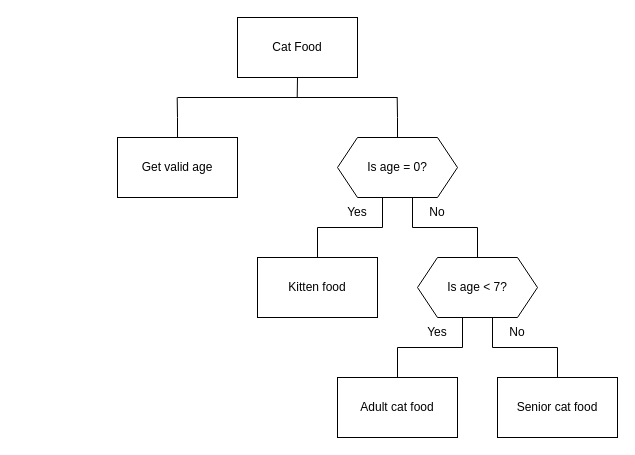
Above: n5/N5-SDD-Cat-Food/assets/N5 SDD Cat Food.drawio in MrFriendCS/MrFriendCS.github.io (draw.io), before the change. Source tidied: cells renumbered, new cells numbered last; positions are measured from the earlier drawing's top-left corner, leaving out a move shared by most shapes. Both pictures are drawn from the tidied source at 100%, with x=0, y=0 at pixel (117, 17).
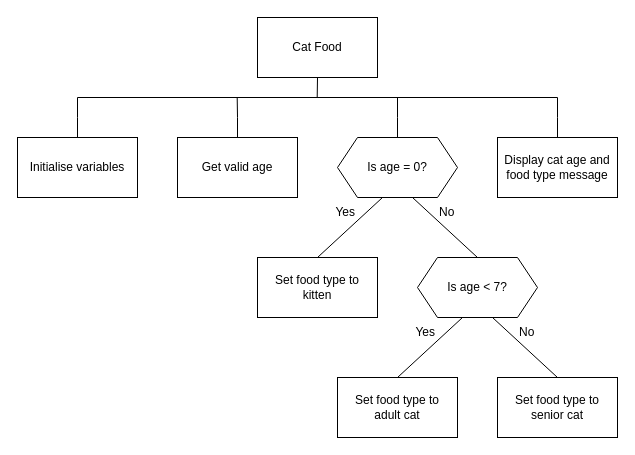
The same page after the edit.

The change refers to these unchanged cells:
```xml
<mxCell id="9" value="Is age = 0?" style="shape=hexagon;perimeter=hexagonPerimeter2;whiteSpace=wrap;html=1;fixedSize=1;" parent="1" vertex="1">
  <mxGeometry x="220" y="120" width="120" height="60" as="geometry" />
</mxCell>
<mxCell id="12" value="Is age &amp;lt; 7?" style="shape=hexagon;perimeter=hexagonPerimeter2;whiteSpace=wrap;html=1;fixedSize=1;" parent="1" vertex="1">
  <mxGeometry x="300" y="240" width="120" height="60" as="geometry" />
</mxCell>
```

Change to the diagram source:
```diff
@@
     <mxCell id="2" style="edgeStyle=orthogonalEdgeStyle;rounded=0;jettySize=auto;html=1;exitX=0.5;exitY=1;exitDx=0;exitDy=0;endArrow=none;endFill=0;" parent="1" edge="1" source="3">
       <mxGeometry relative="1" as="geometry">
-        <mxPoint x="179.7" y="80" as="targetPoint" />
+        <mxPoint x="199.7" y="80" as="targetPoint" />
       </mxGeometry>
     </mxCell>
     <mxCell id="3" value="Cat Food" style="rounded=0;whiteSpace=wrap;html=1;" parent="1" vertex="1">
-      <mxGeometry x="120" width="120" height="60" as="geometry" />
+      <mxGeometry x="140" width="120" height="60" as="geometry" />
     </mxCell>
     <mxCell id="4" style="edgeStyle=orthogonalEdgeStyle;rounded=0;jettySize=auto;html=1;exitX=0.5;exitY=0;exitDx=0;exitDy=0;endArrow=none;endFill=0;" parent="1" edge="1" source="5">
       <mxGeometry relative="1" as="geometry">
-        <mxPoint x="59.7" y="80" as="targetPoint" />
+        <mxPoint x="119.7" y="80" as="targetPoint" />
       </mxGeometry>
     </mxCell>
     <mxCell id="5" value="Get valid age" style="rounded=0;whiteSpace=wrap;html=1;" parent="1" vertex="1">
-      <mxGeometry y="120" width="120" height="60" as="geometry" />
+      <mxGeometry x="60" y="120" width="120" height="60" as="geometry" />
     </mxCell>
-    <mxCell id="6" style="edgeStyle=orthogonalEdgeStyle;rounded=0;jettySize=auto;html=1;exitX=0.375;exitY=1;exitDx=0;exitDy=0;entryX=0.5;entryY=0;entryDx=0;entryDy=0;endArrow=none;endFill=0;" parent="1" edge="1" source="9" target="13">
-      <mxGeometry relative="1" as="geometry" />
-    </mxCell>
-    <mxCell id="7" style="edgeStyle=orthogonalEdgeStyle;rounded=0;jettySize=auto;html=1;exitX=0.625;exitY=1;exitDx=0;exitDy=0;entryX=0.5;entryY=0;entryDx=0;entryDy=0;endArrow=none;endFill=0;" parent="1" edge="1" source="9" target="12">
+    <mxCell id="7" style="rounded=0;jettySize=auto;html=1;exitX=0.625;exitY=1;exitDx=0;exitDy=0;entryX=0.5;entryY=0;entryDx=0;entryDy=0;endArrow=none;endFill=0;" parent="1" edge="1" source="9" target="12">
       <mxGeometry relative="1" as="geometry" />
     </mxCell>
     <mxCell id="8" style="edgeStyle=orthogonalEdgeStyle;rounded=0;jettySize=auto;html=1;exitX=0.5;exitY=0;exitDx=0;exitDy=0;endArrow=none;endFill=0;" parent="1" edge="1" source="9">
       <mxGeometry relative="1" as="geometry">
-        <mxPoint x="279.7" y="80" as="targetPoint" />
+        <mxPoint x="280" y="80" as="targetPoint" />
       </mxGeometry>
     </mxCell>
@@
-    <mxCell id="10" style="edgeStyle=orthogonalEdgeStyle;rounded=0;jettySize=auto;html=1;exitX=0.375;exitY=1;exitDx=0;exitDy=0;entryX=0.5;entryY=0;entryDx=0;entryDy=0;endArrow=none;endFill=0;" parent="1" edge="1" source="12" target="14">
+    <mxCell id="10" style="rounded=0;jettySize=auto;html=1;exitX=0.375;exitY=1;exitDx=0;exitDy=0;entryX=0.5;entryY=0;entryDx=0;entryDy=0;endArrow=none;endFill=0;" parent="1" edge="1" source="12" target="14">
       <mxGeometry relative="1" as="geometry" />
     </mxCell>
-    <mxCell id="11" style="edgeStyle=orthogonalEdgeStyle;rounded=0;jettySize=auto;html=1;exitX=0.625;exitY=1;exitDx=0;exitDy=0;entryX=0.5;entryY=0;entryDx=0;entryDy=0;endArrow=none;endFill=0;" parent="1" edge="1" source="12" target="15">
+    <mxCell id="11" style="rounded=0;jettySize=auto;html=1;exitX=0.625;exitY=1;exitDx=0;exitDy=0;entryX=0.5;entryY=0;entryDx=0;entryDy=0;endArrow=none;endFill=0;" parent="1" edge="1" source="12" target="15">
       <mxGeometry relative="1" as="geometry" />
     </mxCell>
@@
+    <mxCell id="21" style="edgeStyle=none;shape=connector;rounded=0;jettySize=auto;html=1;exitX=0.5;exitY=0;exitDx=0;exitDy=0;entryX=0.375;entryY=1;entryDx=0;entryDy=0;strokeColor=default;align=center;verticalAlign=middle;fontFamily=Helvetica;fontSize=11;fontColor=default;labelBackgroundColor=default;endArrow=none;endFill=0;" parent="1" edge="1" source="13" target="9">
+      <mxGeometry relative="1" as="geometry" />
+    </mxCell>
-    <mxCell id="13" value="Kitten food" style="rounded=0;whiteSpace=wrap;html=1;" parent="1" vertex="1">
+    <mxCell id="13" value="Set food type to&lt;div&gt;kitten&lt;/div&gt;" style="rounded=0;whiteSpace=wrap;html=1;" parent="1" vertex="1">
       <mxGeometry x="140" y="240" width="120" height="60" as="geometry" />
     </mxCell>
-    <mxCell id="14" value="Adult cat food" style="rounded=0;whiteSpace=wrap;html=1;" parent="1" vertex="1">
+    <mxCell id="14" value="Set food type to&lt;div&gt;adult cat&lt;/div&gt;" style="rounded=0;whiteSpace=wrap;html=1;" parent="1" vertex="1">
       <mxGeometry x="220" y="360" width="120" height="60" as="geometry" />
     </mxCell>
-    <mxCell id="15" value="Senior cat food" style="rounded=0;whiteSpace=wrap;html=1;" parent="1" vertex="1">
+    <mxCell id="15" value="Set food type to&lt;div&gt;senior cat&lt;/div&gt;" style="rounded=0;whiteSpace=wrap;html=1;" parent="1" vertex="1">
       <mxGeometry x="380" y="360" width="120" height="60" as="geometry" />
     </mxCell>
-    <mxCell id="16" value="Yes" style="text;html=1;strokeColor=none;fillColor=none;align=center;verticalAlign=middle;whiteSpace=wrap;rounded=0;" parent="1" vertex="1">
-      <mxGeometry x="210" y="180" width="60" height="30" as="geometry" />
+    <mxCell id="16" value="Yes" style="text;html=1;strokeColor=none;fillColor=none;align=right;verticalAlign=middle;whiteSpace=wrap;rounded=0;" parent="1" vertex="1">
+      <mxGeometry x="210" y="180" width="30" height="30" as="geometry" />
     </mxCell>
-    <mxCell id="17" value="Yes" style="text;html=1;strokeColor=none;fillColor=none;align=center;verticalAlign=middle;whiteSpace=wrap;rounded=0;" parent="1" vertex="1">
-      <mxGeometry x="290" y="300" width="60" height="30" as="geometry" />
+    <mxCell id="17" value="Yes" style="text;html=1;strokeColor=none;fillColor=none;align=right;verticalAlign=middle;whiteSpace=wrap;rounded=0;" parent="1" vertex="1">
+      <mxGeometry x="290" y="300" width="30" height="30" as="geometry" />
     </mxCell>
-    <mxCell id="18" value="No" style="text;html=1;strokeColor=none;fillColor=none;align=center;verticalAlign=middle;whiteSpace=wrap;rounded=0;" parent="1" vertex="1">
-      <mxGeometry x="290" y="180" width="60" height="30" as="geometry" />
+    <mxCell id="18" value="No" style="text;html=1;strokeColor=none;fillColor=none;align=left;verticalAlign=middle;whiteSpace=wrap;rounded=0;" parent="1" vertex="1">
+      <mxGeometry x="320" y="180" width="30" height="30" as="geometry" />
     </mxCell>
-    <mxCell id="19" value="No" style="text;html=1;strokeColor=none;fillColor=none;align=center;verticalAlign=middle;whiteSpace=wrap;rounded=0;" parent="1" vertex="1">
-      <mxGeometry x="370" y="300" width="60" height="30" as="geometry" />
+    <mxCell id="19" value="No" style="text;html=1;strokeColor=none;fillColor=none;align=left;verticalAlign=middle;whiteSpace=wrap;rounded=0;" parent="1" vertex="1">
+      <mxGeometry x="400" y="300" width="30" height="30" as="geometry" />
     </mxCell>
     <mxCell id="20" style="html=1;rounded=0;endArrow=none;endFill=0;edgeStyle=orthogonalEdgeStyle;" parent="1" edge="1">
       <mxGeometry relative="1" as="geometry">
-        <mxPoint x="60" y="80" as="sourcePoint" />
-        <mxPoint x="280" y="80" as="targetPoint" />
+        <mxPoint x="-40" y="80" as="sourcePoint" />
+        <mxPoint x="440" y="80" as="targetPoint" />
       </mxGeometry>
     </mxCell>
+    <mxCell id="22" style="edgeStyle=orthogonalEdgeStyle;rounded=0;jettySize=auto;html=1;exitX=0.5;exitY=0;exitDx=0;exitDy=0;endArrow=none;endFill=0;" parent="1" edge="1" source="23">
+      <mxGeometry relative="1" as="geometry">
+        <mxPoint x="-40" y="80" as="targetPoint" />
+      </mxGeometry>
+    </mxCell>
+    <mxCell id="23" value="Initialise variables" style="rounded=0;whiteSpace=wrap;html=1;" parent="1" vertex="1">
+      <mxGeometry x="-100" y="120" width="120" height="60" as="geometry" />
+    </mxCell>
+    <mxCell id="24" style="edgeStyle=orthogonalEdgeStyle;rounded=0;jettySize=auto;html=1;exitX=0.5;exitY=0;exitDx=0;exitDy=0;endArrow=none;endFill=0;" parent="1" edge="1" source="25">
+      <mxGeometry relative="1" as="geometry">
+        <mxPoint x="440" y="80" as="targetPoint" />
+      </mxGeometry>
+    </mxCell>
+    <mxCell id="25" value="Display cat age and food type message" style="rounded=0;whiteSpace=wrap;html=1;" parent="1" vertex="1">
+      <mxGeometry x="380" y="120" width="120" height="60" as="geometry" />
+    </mxCell>
```
